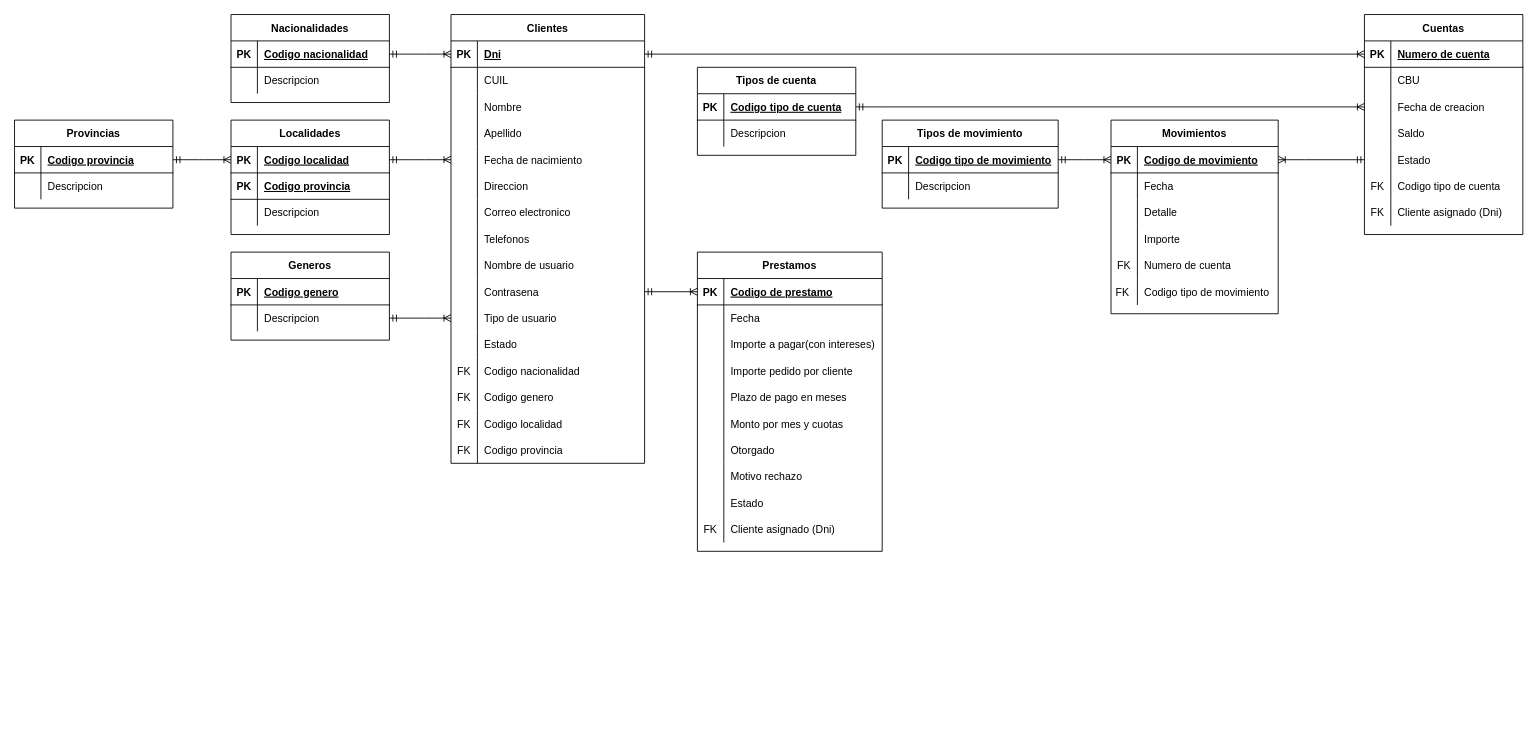
Earlier version of the draw.io diagram DER.drawio (HugoFabianGomez/TPINT_GRUPO_05_LAB4). Source tidied: cells renumbered, new cells numbered last; positions are measured from the earlier drawing's top-left corner, leaving out a move shared by most shapes. Both pictures are drawn from the tidied source at 88%, with x=0, y=0 at pixel (14, 14).
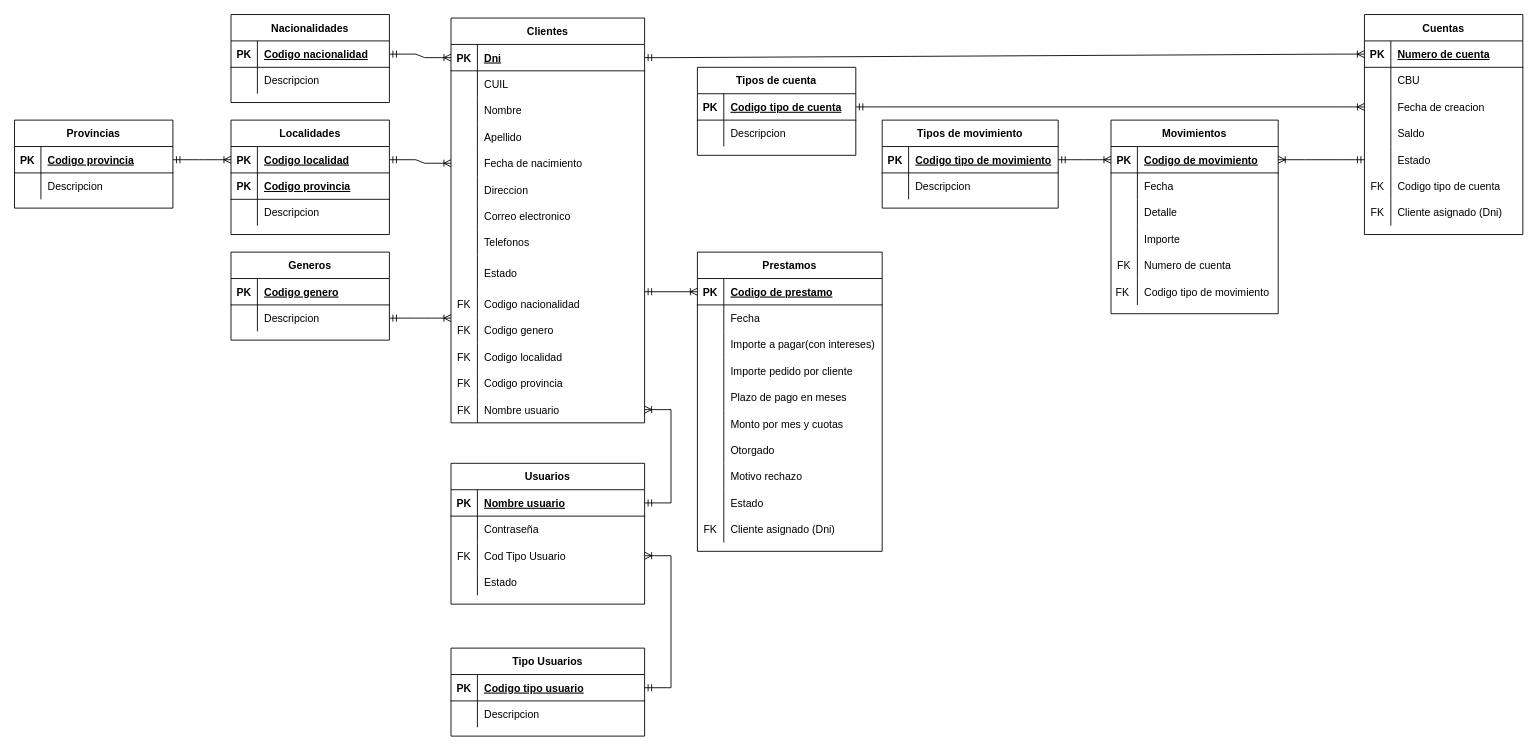
Above is the later version.

The change refers to these unchanged cells:
```xml
<mxCell id="160" style="shape=tableRow;horizontal=0;startSize=0;swimlaneHead=0;swimlaneBody=0;fillColor=none;points=[[0,0.5],[1,0.5]];portConstraint=eastwest;top=0;left=0;right=0;bottom=0;" parent="156" vertex="1">
  <mxGeometry y="60" width="180" height="30" as="geometry" />
</mxCell>
```

Diff of the diagram source:
```diff
@@
     <mxCell id="2" value="Clientes" style="shape=table;startSize=30;childLayout=tableLayout;rowLines=0;fontStyle=1;align=center;" parent="1" vertex="1">
-      <mxGeometry x="496" width="220" height="510" as="geometry" />
+      <mxGeometry x="496" y="4" width="220" height="460" as="geometry" />
     </mxCell>
@@
-    <mxCell id="27" style="shape=tableRow;horizontal=0;startSize=0;swimlaneHead=0;swimlaneBody=0;fillColor=none;points=[[0,0.5],[1,0.5]];portConstraint=eastwest;top=0;left=0;right=0;bottom=0;" parent="2" vertex="1">
-      <mxGeometry y="270" width="220" height="30" as="geometry" />
-    </mxCell>
-    <mxCell id="28" style="shape=partialRectangle;fillColor=none;top=0;left=0;bottom=0;right=0;overflow=hidden;" parent="27" vertex="1">
-      <mxGeometry width="30" height="30" as="geometry" />
-    </mxCell>
-    <mxCell id="29" value="Nombre de usuario" style="shape=partialRectangle;fillColor=none;top=0;left=0;bottom=0;right=0;align=left;spacingLeft=6;overflow=hidden;" parent="27" vertex="1">
-      <mxGeometry x="30" width="190" height="30" as="geometry" />
-    </mxCell>
-    <mxCell id="30" style="shape=tableRow;horizontal=0;startSize=0;swimlaneHead=0;swimlaneBody=0;fillColor=none;top=0;left=0;right=0;bottom=0;" parent="2" vertex="1">
-      <mxGeometry y="300" width="220" height="30" as="geometry" />
-    </mxCell>
-    <mxCell id="31" style="shape=partialRectangle;fillColor=none;top=0;left=0;bottom=0;right=0;overflow=hidden;" parent="30" vertex="1">
-      <mxGeometry width="30" height="30" as="geometry" />
-    </mxCell>
-    <mxCell id="32" value="Contrasena" style="shape=partialRectangle;fillColor=none;top=0;left=0;bottom=0;right=0;align=left;spacingLeft=6;overflow=hidden;" parent="30" vertex="1">
-      <mxGeometry x="30" width="190" height="30" as="geometry" />
-    </mxCell>
-    <mxCell id="33" style="shape=tableRow;horizontal=0;startSize=0;swimlaneHead=0;swimlaneBody=0;fillColor=none;points=[[0,0.5],[1,0.5]];portConstraint=eastwest;top=0;left=0;right=0;bottom=0;" parent="2" vertex="1">
-      <mxGeometry y="330" width="220" height="30" as="geometry" />
-    </mxCell>
-    <mxCell id="34" style="shape=partialRectangle;fillColor=none;top=0;left=0;bottom=0;right=0;overflow=hidden;" parent="33" vertex="1">
-      <mxGeometry width="30" height="30" as="geometry" />
-    </mxCell>
-    <mxCell id="35" value="Tipo de usuario" style="shape=partialRectangle;fillColor=none;top=0;left=0;bottom=0;right=0;align=left;spacingLeft=6;overflow=hidden;" parent="33" vertex="1">
-      <mxGeometry x="30" width="190" height="30" as="geometry" />
-    </mxCell>
     <mxCell id="36" style="shape=tableRow;horizontal=0;startSize=0;swimlaneHead=0;swimlaneBody=0;fillColor=none;top=0;left=0;right=0;bottom=0;" parent="2" vertex="1">
-      <mxGeometry y="360" width="220" height="30" as="geometry" />
+      <mxGeometry y="270" width="220" height="40" as="geometry" />
     </mxCell>
     <mxCell id="37" style="shape=partialRectangle;fillColor=none;top=0;left=0;bottom=0;right=0;overflow=hidden;" parent="36" vertex="1">
-      <mxGeometry width="30" height="30" as="geometry" />
+      <mxGeometry width="30" height="40" as="geometry" />
     </mxCell>
     <mxCell id="38" value="Estado" style="shape=partialRectangle;fillColor=none;top=0;left=0;bottom=0;right=0;align=left;spacingLeft=6;overflow=hidden;" parent="36" vertex="1">
-      <mxGeometry x="30" width="190" height="30" as="geometry" />
+      <mxGeometry x="30" width="190" height="40" as="geometry" />
     </mxCell>
     <mxCell id="39" style="shape=tableRow;horizontal=0;startSize=0;swimlaneHead=0;swimlaneBody=0;fillColor=none;top=0;left=0;right=0;bottom=0;" parent="2" vertex="1">
-      <mxGeometry y="390" width="220" height="30" as="geometry" />
+      <mxGeometry y="310" width="220" height="30" as="geometry" />
     </mxCell>
@@
     <mxCell id="42" style="shape=tableRow;horizontal=0;startSize=0;swimlaneHead=0;swimlaneBody=0;fillColor=none;top=0;left=0;right=0;bottom=0;" parent="2" vertex="1">
-      <mxGeometry y="420" width="220" height="30" as="geometry" />
+      <mxGeometry y="340" width="220" height="30" as="geometry" />
     </mxCell>
@@
     <mxCell id="45" style="shape=tableRow;horizontal=0;startSize=0;swimlaneHead=0;swimlaneBody=0;fillColor=none;top=0;left=0;right=0;bottom=0;" parent="2" vertex="1">
-      <mxGeometry y="450" width="220" height="30" as="geometry" />
+      <mxGeometry y="370" width="220" height="30" as="geometry" />
     </mxCell>
@@
     <mxCell id="48" style="shape=tableRow;horizontal=0;startSize=0;swimlaneHead=0;swimlaneBody=0;fillColor=none;top=0;left=0;right=0;bottom=0;" parent="2" vertex="1">
-      <mxGeometry y="480" width="220" height="30" as="geometry" />
+      <mxGeometry y="400" width="220" height="30" as="geometry" />
     </mxCell>
@@
+    <mxCell id="27" style="shape=tableRow;horizontal=0;startSize=0;swimlaneHead=0;swimlaneBody=0;fillColor=none;points=[[0,0.5],[1,0.5]];portConstraint=eastwest;top=0;left=0;right=0;bottom=0;" parent="2" vertex="1">
+      <mxGeometry y="430" width="220" height="30" as="geometry" />
+    </mxCell>
+    <mxCell id="28" value="FK" style="shape=partialRectangle;fillColor=none;top=0;left=0;bottom=0;right=0;overflow=hidden;" parent="27" vertex="1">
+      <mxGeometry width="30" height="30" as="geometry" />
+    </mxCell>
+    <mxCell id="29" value="Nombre usuario" style="shape=partialRectangle;fillColor=none;top=0;left=0;bottom=0;right=0;align=left;spacingLeft=6;overflow=hidden;" parent="27" vertex="1">
+      <mxGeometry x="30" width="190" height="30" as="geometry" />
+    </mxCell>
@@
-    <mxCell id="163" style="edgeStyle=entityRelationEdgeStyle;fontSize=12;html=1;endArrow=ERoneToMany;startArrow=ERmandOne;rounded=0;exitX=1;exitY=0.5;exitDx=0;exitDy=0;entryX=0;entryY=0.5;entryDx=0;entryDy=0;" parent="1" edge="1" source="160" target="33">
-      <mxGeometry relative="1" as="geometry" />
+    <mxCell id="163" style="edgeStyle=entityRelationEdgeStyle;fontSize=12;html=1;endArrow=ERoneToMany;startArrow=ERmandOne;rounded=0;exitX=1;exitY=0.5;exitDx=0;exitDy=0;entryX=0;entryY=0.5;entryDx=0;entryDy=0;" parent="1" edge="1" source="160">
+      <mxGeometry relative="1" as="geometry">
+        <mxPoint x="496" y="345" as="targetPoint" />
+      </mxGeometry>
     </mxCell>
@@
+    <mxCell id="177" value="Usuarios" style="shape=table;startSize=30;childLayout=tableLayout;rowLines=0;fontStyle=1;align=center;" parent="1" vertex="1">
+      <mxGeometry x="496" y="510" width="220" height="160" as="geometry" />
+    </mxCell>
+    <mxCell id="178" style="shape=tableRow;horizontal=0;startSize=0;swimlaneHead=0;swimlaneBody=0;fillColor=none;points=[[0,0.5],[1,0.5]];portConstraint=eastwest;top=0;left=0;right=0;bottom=1;" parent="177" vertex="1">
+      <mxGeometry y="30" width="220" height="30" as="geometry" />
+    </mxCell>
+    <mxCell id="179" value="PK" style="shape=partialRectangle;fillColor=none;top=0;left=0;bottom=0;right=0;fontStyle=1;overflow=hidden;" parent="178" vertex="1">
+      <mxGeometry width="30" height="30" as="geometry" />
+    </mxCell>
+    <mxCell id="180" value="Nombre usuario" style="shape=partialRectangle;fillColor=none;top=0;left=0;bottom=0;right=0;align=left;spacingLeft=6;fontStyle=5;overflow=hidden;" parent="178" vertex="1">
+      <mxGeometry x="30" width="190" height="30" as="geometry" />
+    </mxCell>
+    <mxCell id="181" style="shape=tableRow;horizontal=0;startSize=0;swimlaneHead=0;swimlaneBody=0;fillColor=none;top=0;left=0;right=0;bottom=0;" parent="177" vertex="1">
+      <mxGeometry y="60" width="220" height="30" as="geometry" />
+    </mxCell>
+    <mxCell id="182" style="shape=partialRectangle;fillColor=none;top=0;left=0;bottom=0;right=0;overflow=hidden;" parent="181" vertex="1">
+      <mxGeometry width="30" height="30" as="geometry" />
+    </mxCell>
+    <mxCell id="183" value="Contraseña" style="shape=partialRectangle;fillColor=none;top=0;left=0;bottom=0;right=0;align=left;spacingLeft=6;overflow=hidden;" parent="181" vertex="1">
+      <mxGeometry x="30" width="190" height="30" as="geometry" />
+    </mxCell>
+    <mxCell id="184" style="shape=tableRow;horizontal=0;startSize=0;swimlaneHead=0;swimlaneBody=0;fillColor=none;points=[[0,0.5],[1,0.5]];portConstraint=eastwest;top=0;left=0;right=0;bottom=0;" parent="177" vertex="1">
+      <mxGeometry y="90" width="220" height="30" as="geometry" />
+    </mxCell>
+    <mxCell id="185" value="FK" style="shape=partialRectangle;fillColor=none;top=0;left=0;bottom=0;right=0;overflow=hidden;" parent="184" vertex="1">
+      <mxGeometry width="30" height="30" as="geometry" />
+    </mxCell>
+    <mxCell id="186" value="Cod Tipo Usuario" style="shape=partialRectangle;fillColor=none;top=0;left=0;bottom=0;right=0;align=left;spacingLeft=6;overflow=hidden;" parent="184" vertex="1">
+      <mxGeometry x="30" width="190" height="30" as="geometry" />
+    </mxCell>
+    <mxCell id="187" style="shape=tableRow;horizontal=0;startSize=0;swimlaneHead=0;swimlaneBody=0;fillColor=none;top=0;left=0;right=0;bottom=0;" parent="177" vertex="1">
+      <mxGeometry y="120" width="220" height="30" as="geometry" />
+    </mxCell>
+    <mxCell id="188" style="shape=partialRectangle;fillColor=none;top=0;left=0;bottom=0;right=0;overflow=hidden;" parent="187" vertex="1">
+      <mxGeometry width="30" height="30" as="geometry" />
+    </mxCell>
+    <mxCell id="189" value="Estado" style="shape=partialRectangle;fillColor=none;top=0;left=0;bottom=0;right=0;align=left;spacingLeft=6;overflow=hidden;" parent="187" vertex="1">
+      <mxGeometry x="30" width="190" height="30" as="geometry" />
+    </mxCell>
+    <mxCell id="190" value="Tipo Usuarios" style="shape=table;startSize=30;childLayout=tableLayout;rowLines=0;fontStyle=1;align=center;" parent="1" vertex="1">
+      <mxGeometry x="496" y="720" width="220" height="100" as="geometry" />
+    </mxCell>
+    <mxCell id="191" style="shape=tableRow;horizontal=0;startSize=0;swimlaneHead=0;swimlaneBody=0;fillColor=none;points=[[0,0.5],[1,0.5]];portConstraint=eastwest;top=0;left=0;right=0;bottom=1;" parent="190" vertex="1">
+      <mxGeometry y="30" width="220" height="30" as="geometry" />
+    </mxCell>
+    <mxCell id="192" value="PK" style="shape=partialRectangle;fillColor=none;top=0;left=0;bottom=0;right=0;fontStyle=1;overflow=hidden;" parent="191" vertex="1">
+      <mxGeometry width="30" height="30" as="geometry" />
+    </mxCell>
+    <mxCell id="193" value="Codigo tipo usuario" style="shape=partialRectangle;fillColor=none;top=0;left=0;bottom=0;right=0;align=left;spacingLeft=6;fontStyle=5;overflow=hidden;" parent="191" vertex="1">
+      <mxGeometry x="30" width="190" height="30" as="geometry" />
+    </mxCell>
+    <mxCell id="194" style="shape=tableRow;horizontal=0;startSize=0;swimlaneHead=0;swimlaneBody=0;fillColor=none;top=0;left=0;right=0;bottom=0;" parent="190" vertex="1">
+      <mxGeometry y="60" width="220" height="30" as="geometry" />
+    </mxCell>
+    <mxCell id="195" style="shape=partialRectangle;fillColor=none;top=0;left=0;bottom=0;right=0;overflow=hidden;" parent="194" vertex="1">
+      <mxGeometry width="30" height="30" as="geometry" />
+    </mxCell>
+    <mxCell id="196" value="Descripcion" style="shape=partialRectangle;fillColor=none;top=0;left=0;bottom=0;right=0;align=left;spacingLeft=6;overflow=hidden;" parent="194" vertex="1">
+      <mxGeometry x="30" width="190" height="30" as="geometry" />
+    </mxCell>
+    <mxCell id="197" style="edgeStyle=entityRelationEdgeStyle;fontSize=12;html=1;endArrow=ERoneToMany;startArrow=ERmandOne;rounded=0;" parent="1" edge="1" source="178" target="27">
+      <mxGeometry relative="1" as="geometry" />
+    </mxCell>
+    <mxCell id="198" style="edgeStyle=entityRelationEdgeStyle;fontSize=12;html=1;endArrow=ERoneToMany;startArrow=ERmandOne;rounded=0;exitX=1;exitY=0.5;exitDx=0;exitDy=0;" parent="1" edge="1" source="191" target="184">
+      <mxGeometry relative="1" as="geometry" />
+    </mxCell>
```
